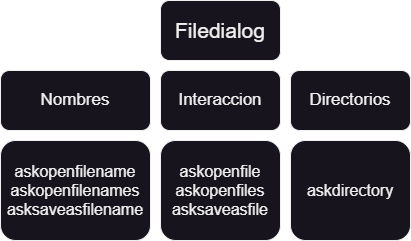
The draw.io diagram SEPE_Python_Avanzado_PUE/Tema 3 - PCPP1/Apuntes_diagramas/diagramas/tkinter/Filedialog.png in NaveganteGithub/EstudiosPython, before a commit. Source tidied: cells renumbered, new cells last; positions are measured from the earlier drawing's top-left corner, leaving out a move shared by most shapes.
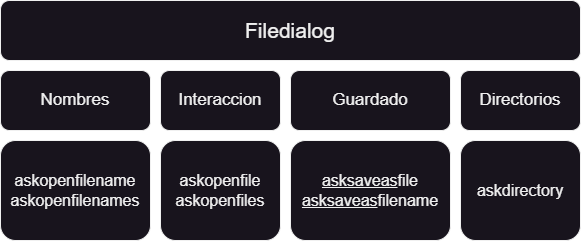
Later version of the same file.

The edit, as a diff of the source:
```diff
@@ -3,10 +3,10 @@
     <mxCell id="0" />
     <mxCell id="1" parent="0" />
     <mxCell id="2" value="Filedialog" style="rounded=1;whiteSpace=wrap;html=1;fontSize=21;" parent="1" vertex="1">
-      <mxGeometry x="160" width="120" height="60" as="geometry" />
+      <mxGeometry width="580" height="60" as="geometry" />
     </mxCell>
     <mxCell id="3" value="Directorios" style="rounded=1;whiteSpace=wrap;html=1;fontSize=17;" parent="1" vertex="1">
-      <mxGeometry x="290" y="70" width="120" height="60" as="geometry" />
+      <mxGeometry x="460" y="70" width="120" height="60" as="geometry" />
     </mxCell>
     <mxCell id="4" value="Interaccion" style="rounded=1;whiteSpace=wrap;html=1;fontSize=17;" parent="1" vertex="1">
       <mxGeometry x="160" y="70" width="120" height="60" as="geometry" />
@@ -14,14 +14,20 @@
     <mxCell id="5" value="Nombres" style="rounded=1;whiteSpace=wrap;html=1;fontSize=17;" parent="1" vertex="1">
       <mxGeometry y="70" width="150" height="60" as="geometry" />
     </mxCell>
-    <mxCell id="6" value="askopenfilename&lt;br style=&quot;font-size: 16px;&quot;&gt;askopenfilenames&lt;br style=&quot;font-size: 16px;&quot;&gt;asksaveasfilename" style="rounded=1;whiteSpace=wrap;html=1;fontSize=16;" parent="1" vertex="1">
+    <mxCell id="6" value="askopenfilename&lt;br style=&quot;font-size: 16px;&quot;&gt;askopenfilenames&lt;br style=&quot;font-size: 16px;&quot;&gt;" style="rounded=1;whiteSpace=wrap;html=1;fontSize=16;" parent="1" vertex="1">
       <mxGeometry y="140" width="150" height="100" as="geometry" />
     </mxCell>
-    <mxCell id="7" value="askopenfile&lt;br style=&quot;font-size: 16px;&quot;&gt;askopenfiles&lt;br style=&quot;font-size: 16px;&quot;&gt;asksaveasfile" style="rounded=1;whiteSpace=wrap;html=1;fontSize=16;" parent="1" vertex="1">
+    <mxCell id="7" value="askopenfile&lt;br style=&quot;font-size: 16px;&quot;&gt;askopenfiles&lt;br style=&quot;font-size: 16px;&quot;&gt;" style="rounded=1;whiteSpace=wrap;html=1;fontSize=16;" parent="1" vertex="1">
       <mxGeometry x="160" y="140" width="120" height="100" as="geometry" />
     </mxCell>
     <mxCell id="8" value="askdirectory" style="rounded=1;whiteSpace=wrap;html=1;fontSize=16;" parent="1" vertex="1">
-      <mxGeometry x="290" y="140" width="120" height="100" as="geometry" />
+      <mxGeometry x="460" y="140" width="120" height="100" as="geometry" />
     </mxCell>
+    <mxCell id="9" value="Guardado" style="rounded=1;whiteSpace=wrap;html=1;fontSize=17;" parent="1" vertex="1">
+      <mxGeometry x="290" y="70" width="160" height="60" as="geometry" />
+    </mxCell>
+    <mxCell id="10" value="&lt;u&gt;asksaveas&lt;/u&gt;file&lt;br&gt;&lt;u&gt;asksaveas&lt;/u&gt;filename" style="rounded=1;whiteSpace=wrap;html=1;fontSize=16;" parent="1" vertex="1">
+      <mxGeometry x="290" y="140" width="160" height="100" as="geometry" />
+    </mxCell>
   </root>
 </mxGraphModel>
```
